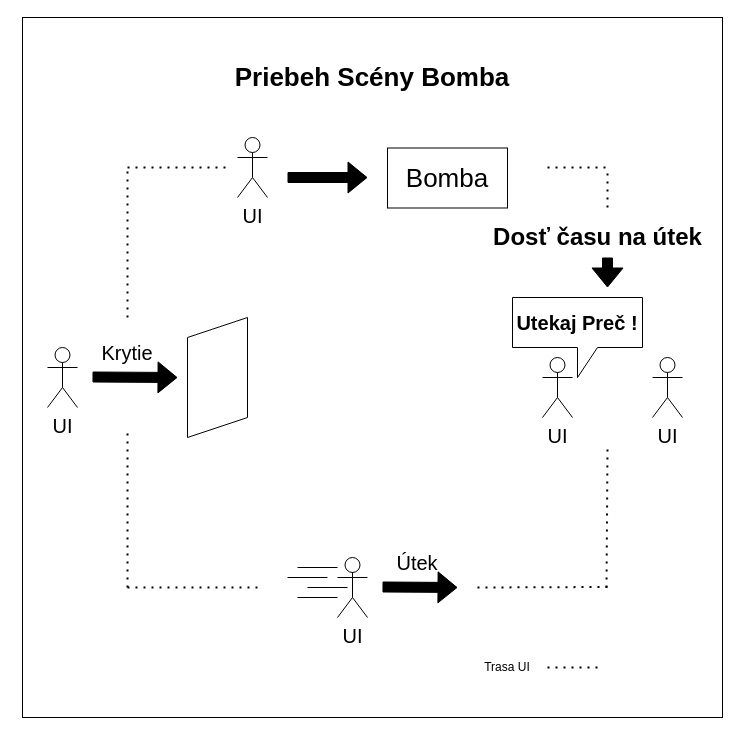
Before: bomba.drawio in MatejMistik/bachelors-fear-factor, a draw.io diagram. Source tidied: cells renumbered, new cells numbered last; positions are measured from the earlier drawing's top-left corner, leaving out a move shared by most shapes. Both pictures are drawn from the tidied source at 100%, with x=0, y=0 at pixel (22, 17).
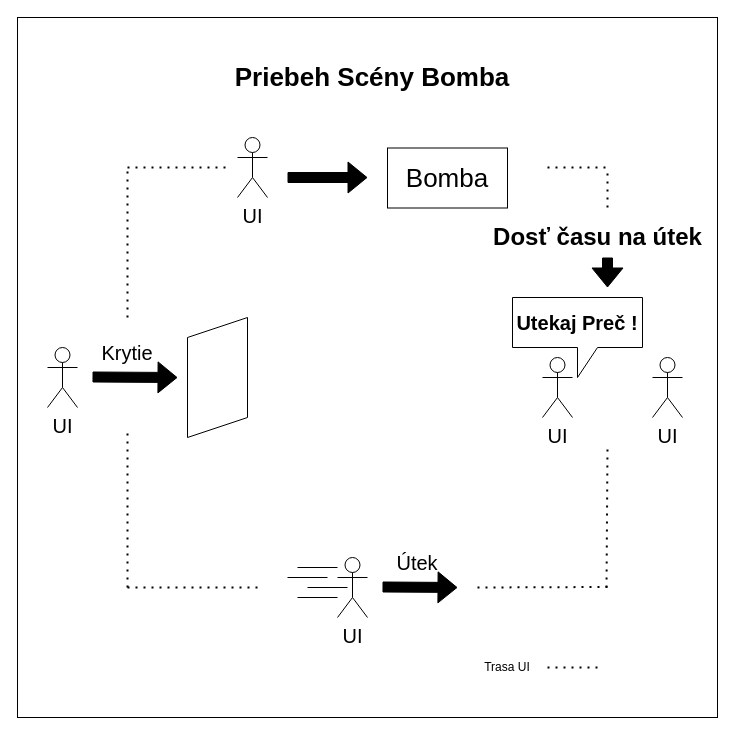
Above is the later version.

The edit, as a diff of the source:
```diff
@@
-    <mxCell id="2" style="whiteSpace=wrap;html=1;" parent="1" vertex="1">
-      <mxGeometry width="700" height="700" as="geometry" />
-    </mxCell>
+    <mxCell id="34" style="whiteSpace=wrap;html=1;" parent="1" vertex="1">
+      <mxGeometry x="-5" width="700" height="700" as="geometry" />
+    </mxCell>
```
